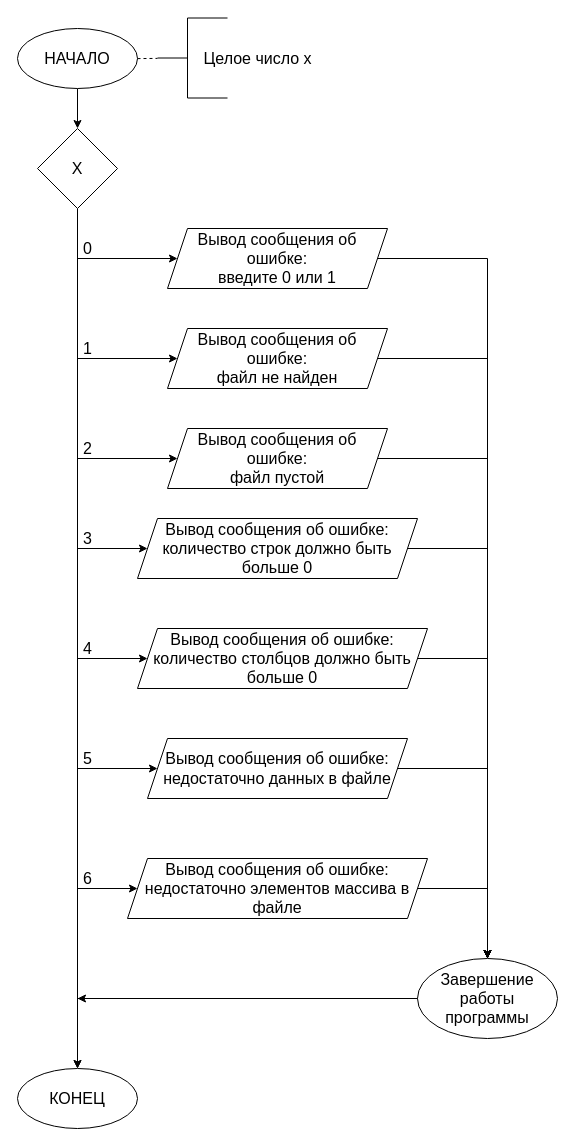
Above: lr 2.2/text/errors.drawio in eldarbr/silver-funicular (draw.io), before the change. Source tidied: cells renumbered, new cells numbered last; positions are measured from the earlier drawing's top-left corner, leaving out a move shared by most shapes. Both pictures are drawn from the tidied source at 100%, with x=0, y=0 at pixel (17, 18).
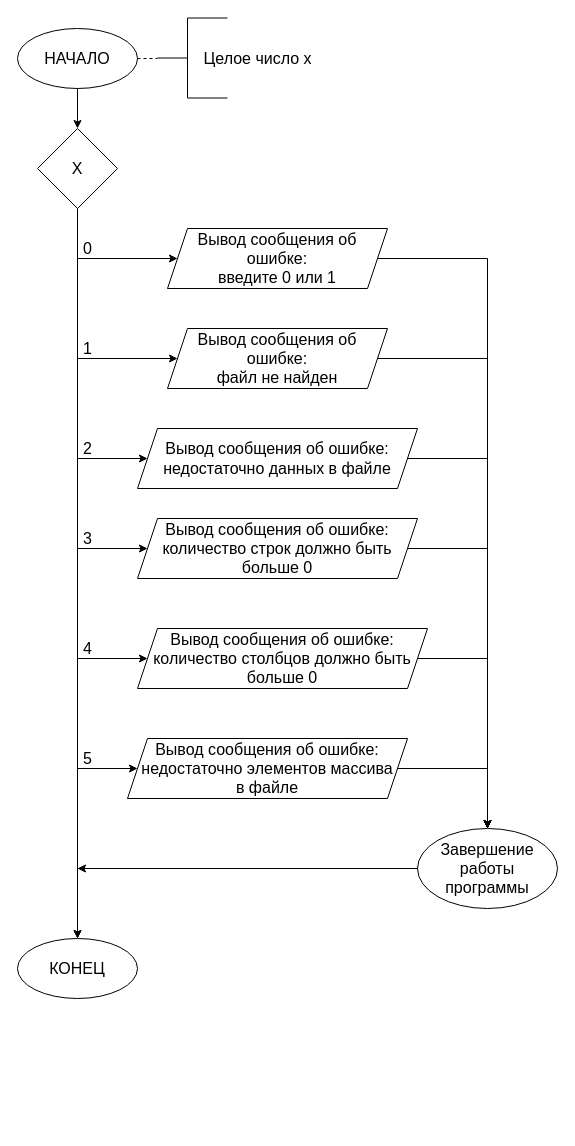
The same diagram, later.

Change to the diagram source:
```diff
@@
     <mxCell id="20" style="edgeStyle=orthogonalEdgeStyle;rounded=0;jettySize=auto;html=1;entryX=0.5;entryY=0;entryDx=0;entryDy=0;fontSize=16;" parent="1" edge="1" source="21" target="41">
-      <mxGeometry relative="1" as="geometry" />
+      <mxGeometry relative="1" as="geometry">
+        <Array as="points">
+          <mxPoint x="470" y="440" />
+        </Array>
+      </mxGeometry>
     </mxCell>
-    <mxCell id="21" value="Вывод сообщения об ошибке:&lt;br&gt;файл пустой" style="shape=parallelogram;perimeter=parallelogramPerimeter;whiteSpace=wrap;html=1;fixedSize=1;fontSize=16;" parent="1" vertex="1">
-      <mxGeometry x="150" y="410" width="220" height="60" as="geometry" />
+    <mxCell id="21" value="Вывод сообщения об ошибке:&lt;br&gt;недостаточно данных в файле" style="shape=parallelogram;perimeter=parallelogramPerimeter;whiteSpace=wrap;html=1;fixedSize=1;fontSize=16;" parent="1" vertex="1">
+      <mxGeometry x="120" y="410" width="280" height="60" as="geometry" />
     </mxCell>
@@
     <mxCell id="32" style="edgeStyle=orthogonalEdgeStyle;rounded=0;jettySize=auto;html=1;entryX=0.5;entryY=0;entryDx=0;entryDy=0;fontSize=16;" parent="1" edge="1" source="33" target="41">
-      <mxGeometry relative="1" as="geometry" />
+      <mxGeometry relative="1" as="geometry">
+        <Array as="points">
+          <mxPoint x="470" y="750" />
+        </Array>
+      </mxGeometry>
     </mxCell>
-    <mxCell id="33" value="Вывод сообщения об ошибке:&lt;br&gt;недостаточно данных в файле" style="shape=parallelogram;perimeter=parallelogramPerimeter;whiteSpace=wrap;html=1;fixedSize=1;fontSize=16;" parent="1" vertex="1">
-      <mxGeometry x="130" y="720" width="260" height="60" as="geometry" />
+    <mxCell id="33" value="Вывод сообщения об ошибке:&lt;br&gt;недостаточно элементов массива &lt;br&gt;в файле" style="shape=parallelogram;perimeter=parallelogramPerimeter;whiteSpace=wrap;html=1;fixedSize=1;fontSize=16;" parent="1" vertex="1">
+      <mxGeometry x="110" y="720" width="280" height="60" as="geometry" />
     </mxCell>
@@
-    <mxCell id="36" style="edgeStyle=orthogonalEdgeStyle;rounded=0;jettySize=auto;html=1;entryX=0.5;entryY=0;entryDx=0;entryDy=0;fontSize=16;" parent="1" edge="1" source="37" target="41">
-      <mxGeometry relative="1" as="geometry">
-        <Array as="points">
-          <mxPoint x="470" y="870" />
-        </Array>
-      </mxGeometry>
-    </mxCell>
-    <mxCell id="37" value="Вывод сообщения об ошибке:&lt;br&gt;недостаточно элементов массива в файле" style="shape=parallelogram;perimeter=parallelogramPerimeter;whiteSpace=wrap;html=1;fixedSize=1;fontSize=16;" parent="1" vertex="1">
-      <mxGeometry x="110" y="840" width="300" height="60" as="geometry" />
-    </mxCell>
-    <mxCell id="38" style="endArrow=classic;html=1;rounded=0;fontSize=16;entryX=0;entryY=0.5;entryDx=0;entryDy=0;" parent="1" edge="1" target="37">
-      <mxGeometry relative="1" as="geometry">
-        <mxPoint x="60" y="870" as="sourcePoint" />
-      </mxGeometry>
-    </mxCell>
-    <mxCell id="39" value="6" style="text;html=1;align=center;verticalAlign=middle;strokeColor=none;fillColor=none;fontSize=16;" parent="1" vertex="1">
-      <mxGeometry x="60" y="850" width="20" height="20" as="geometry" />
-    </mxCell>
@@
     <mxCell id="41" value="Завершение работы программы" style="ellipse;whiteSpace=wrap;html=1;fontSize=16;" parent="1" vertex="1">
-      <mxGeometry x="400" y="940" width="140" height="80" as="geometry" />
+      <mxGeometry x="400" y="810" width="140" height="80" as="geometry" />
     </mxCell>
     <mxCell id="42" value="КОНЕЦ" style="ellipse;whiteSpace=wrap;html=1;fontSize=16;" parent="1" vertex="1">
-      <mxGeometry y="1050" width="120" height="60" as="geometry" />
+      <mxGeometry y="920" width="120" height="60" as="geometry" />
     </mxCell>
     <mxCell id="43" style="endArrow=classic;html=1;rounded=0;fontSize=16;exitX=0;exitY=0.5;exitDx=0;exitDy=0;" parent="1" edge="1" source="41">
       <mxGeometry relative="1" as="geometry">
-        <mxPoint x="60" y="980" as="targetPoint" />
+        <mxPoint x="60" y="850" as="targetPoint" />
       </mxGeometry>
     </mxCell>
```
